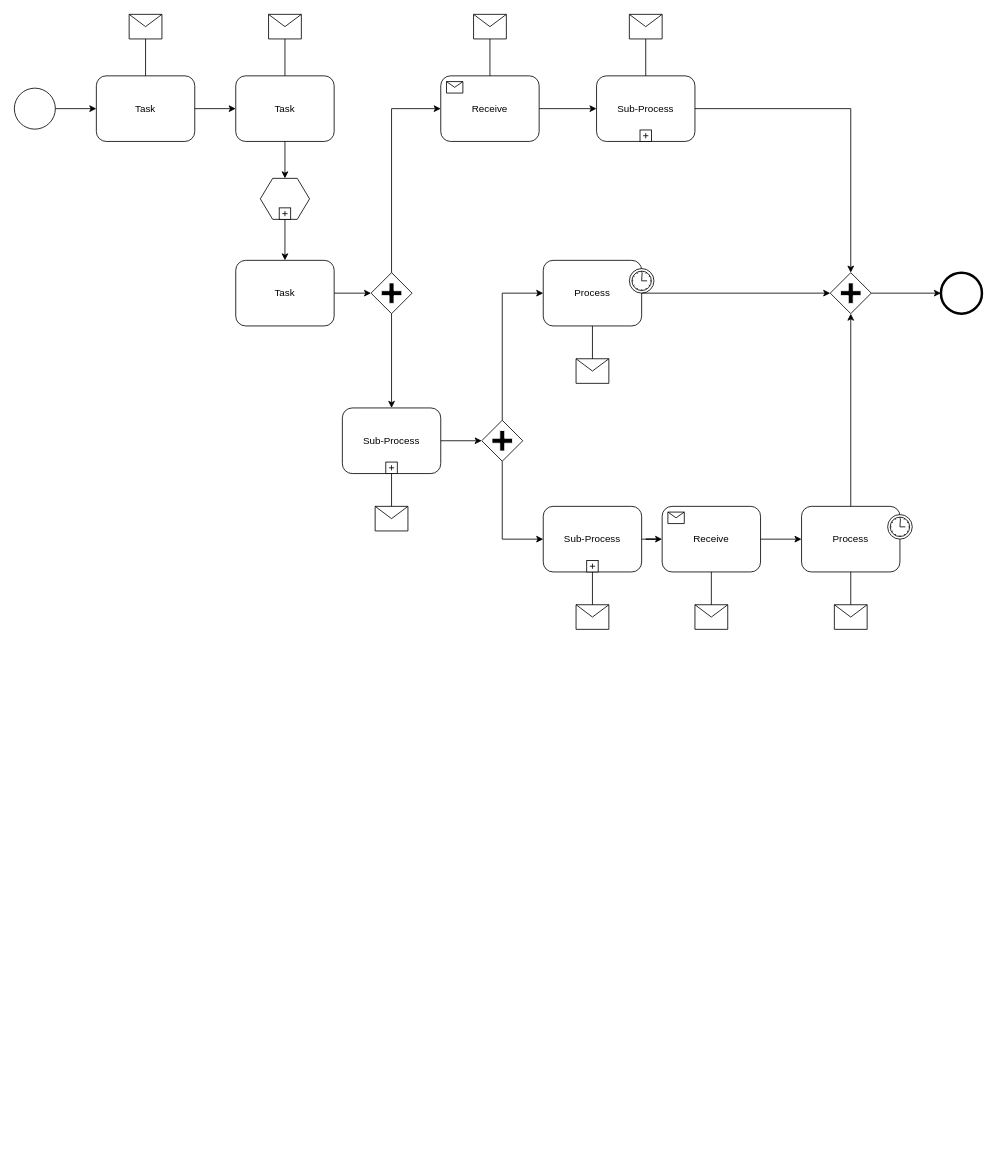
alifandartaa/BPMN-MCC72 keeps this draw.io diagram as Untitled Diagram.drawio. Above is the earlier version. Source tidied: cells renumbered, new cells numbered last; positions are measured from the earlier drawing's top-left corner, leaving out a move shared by most shapes. Both pictures are drawn from the tidied source at 82%, with x=0, y=0 at pixel (14, 14).
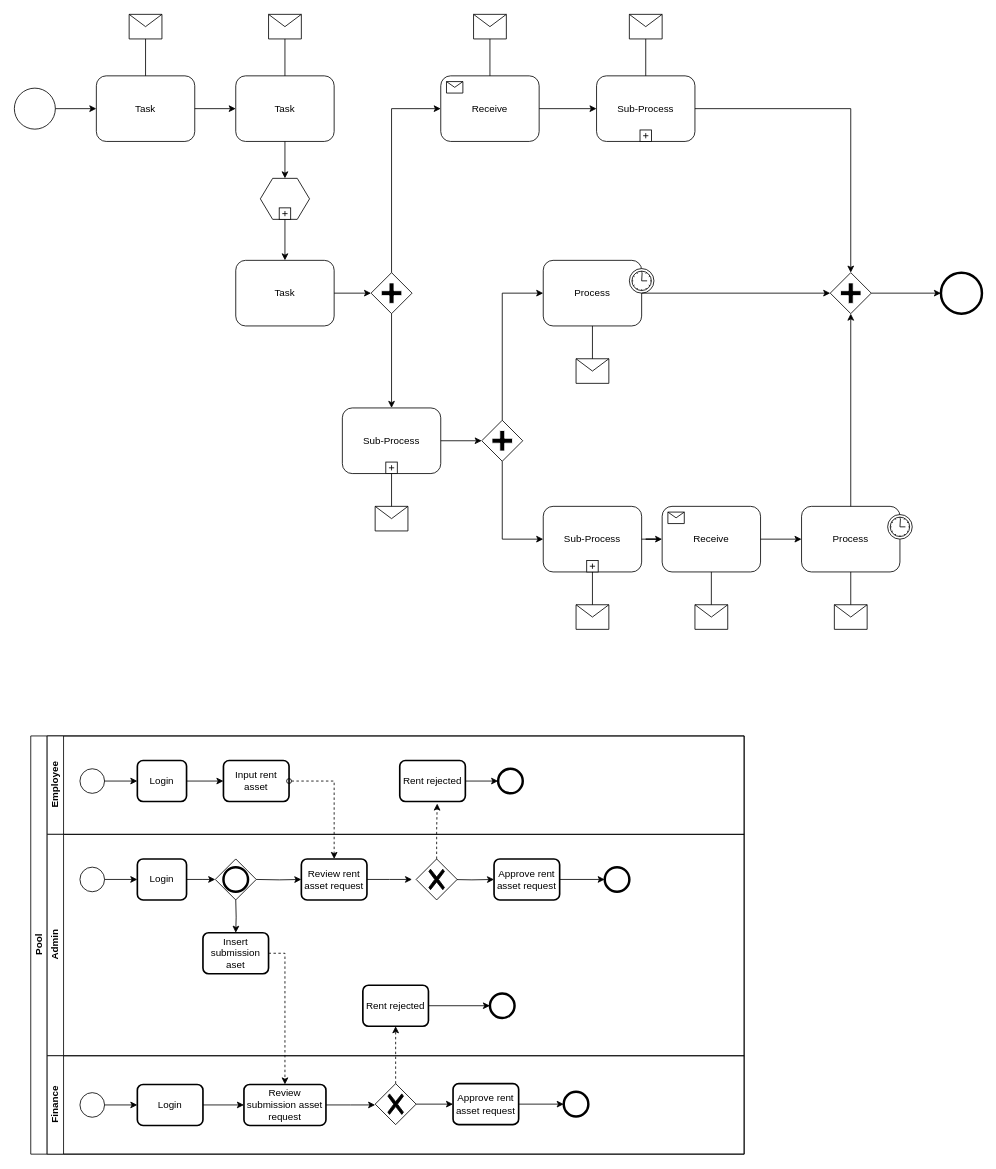
The same page after the edit.

What changed in the source:
```diff
@@
+    <mxCell id="61" value="Pool" style="swimlane;horizontal=0;startSize=20;html=1;" parent="1" vertex="1">
+      <mxGeometry x="20" y="880" width="870" height="510" as="geometry" />
+    </mxCell>
+    <mxCell id="62" value="Employee" style="swimlane;startSize=20;horizontal=0;html=1;" parent="61" vertex="1">
+      <mxGeometry x="20" width="850" height="120" as="geometry" />
+    </mxCell>
+    <mxCell id="63" style="ellipse;whiteSpace=wrap;html=1;" parent="62" vertex="1">
+      <mxGeometry x="40" y="40" width="30" height="30" as="geometry" />
+    </mxCell>
+    <mxCell id="64" style="edgeStyle=orthogonalEdgeStyle;rounded=0;jettySize=auto;html=1;entryX=0;entryY=0.5;entryDx=0;entryDy=0;" parent="62" edge="1" source="65" target="67">
+      <mxGeometry relative="1" as="geometry" />
+    </mxCell>
+    <mxCell id="65" value="Login" style="rounded=1;whiteSpace=wrap;html=1;absoluteArcSize=1;arcSize=14;strokeWidth=2;" parent="62" vertex="1">
+      <mxGeometry x="110" y="30" width="60" height="50" as="geometry" />
+    </mxCell>
+    <mxCell id="66" style="edgeStyle=orthogonalEdgeStyle;rounded=0;jettySize=auto;html=1;entryX=0;entryY=0.5;entryDx=0;entryDy=0;" parent="62" edge="1" source="63" target="65">
+      <mxGeometry relative="1" as="geometry" />
+    </mxCell>
+    <mxCell id="67" value="Input rent asset" style="rounded=1;whiteSpace=wrap;html=1;absoluteArcSize=1;arcSize=14;strokeWidth=2;" parent="62" vertex="1">
+      <mxGeometry x="215" y="30" width="80" height="50" as="geometry" />
+    </mxCell>
+    <mxCell id="68" style="edgeStyle=orthogonalEdgeStyle;rounded=0;jettySize=auto;html=1;entryX=0;entryY=0.5;entryDx=0;entryDy=0;startArrow=none;startFill=0;" parent="62" edge="1" source="69" target="70">
+      <mxGeometry relative="1" as="geometry" />
+    </mxCell>
+    <mxCell id="69" value="Rent rejected" style="rounded=1;whiteSpace=wrap;html=1;absoluteArcSize=1;arcSize=14;strokeWidth=2;" parent="62" vertex="1">
+      <mxGeometry x="430" y="30" width="80" height="50" as="geometry" />
+    </mxCell>
+    <mxCell id="70" style="ellipse;whiteSpace=wrap;html=1;strokeWidth=3;" parent="62" vertex="1">
+      <mxGeometry x="550" y="40" width="30" height="30" as="geometry" />
+    </mxCell>
+    <mxCell id="71" value="Admin" style="swimlane;startSize=20;horizontal=0;html=1;" parent="61" vertex="1">
+      <mxGeometry x="20" y="120" width="850" height="270" as="geometry" />
+    </mxCell>
+    <mxCell id="72" style="ellipse;whiteSpace=wrap;html=1;" parent="71" vertex="1">
+      <mxGeometry x="40" y="40" width="30" height="30" as="geometry" />
+    </mxCell>
+    <mxCell id="73" style="edgeStyle=orthogonalEdgeStyle;rounded=0;jettySize=auto;html=1;entryX=0;entryY=0.5;entryDx=0;entryDy=0;entryPerimeter=0;startArrow=none;startFill=0;" parent="71" edge="1" source="74">
+      <mxGeometry relative="1" as="geometry">
+        <mxPoint x="205" y="55" as="targetPoint" />
+      </mxGeometry>
+    </mxCell>
+    <mxCell id="74" value="Login" style="rounded=1;whiteSpace=wrap;html=1;absoluteArcSize=1;arcSize=14;strokeWidth=2;" parent="71" vertex="1">
+      <mxGeometry x="110" y="30" width="60" height="50" as="geometry" />
+    </mxCell>
+    <mxCell id="75" style="edgeStyle=orthogonalEdgeStyle;rounded=0;jettySize=auto;html=1;entryX=0;entryY=0.5;entryDx=0;entryDy=0;" parent="71" edge="1" source="72" target="74">
+      <mxGeometry relative="1" as="geometry" />
+    </mxCell>
+    <mxCell id="76" style="edgeStyle=orthogonalEdgeStyle;rounded=0;jettySize=auto;html=1;entryX=0;entryY=0.5;entryDx=0;entryDy=0;startArrow=none;startFill=0;" parent="71" edge="1" source="77">
+      <mxGeometry relative="1" as="geometry">
+        <mxPoint x="445" y="55" as="targetPoint" />
+      </mxGeometry>
+    </mxCell>
+    <mxCell id="77" value="Review rent asset request" style="rounded=1;whiteSpace=wrap;html=1;absoluteArcSize=1;arcSize=14;strokeWidth=2;" parent="71" vertex="1">
+      <mxGeometry x="310" y="30" width="80" height="50" as="geometry" />
+    </mxCell>
+    <mxCell id="78" style="edgeStyle=orthogonalEdgeStyle;rounded=0;jettySize=auto;html=1;entryX=0;entryY=0.5;entryDx=0;entryDy=0;startArrow=none;startFill=0;" parent="71" edge="1" target="80">
+      <mxGeometry relative="1" as="geometry">
+        <mxPoint x="490" y="55" as="sourcePoint" />
+      </mxGeometry>
+    </mxCell>
+    <mxCell id="79" style="edgeStyle=orthogonalEdgeStyle;rounded=0;jettySize=auto;html=1;entryX=0;entryY=0.5;entryDx=0;entryDy=0;startArrow=none;startFill=0;" parent="71" edge="1" source="80" target="86">
+      <mxGeometry relative="1" as="geometry" />
+    </mxCell>
+    <mxCell id="80" value="Approve rent asset request" style="rounded=1;whiteSpace=wrap;html=1;absoluteArcSize=1;arcSize=14;strokeWidth=2;" parent="71" vertex="1">
+      <mxGeometry x="545" y="30" width="80" height="50" as="geometry" />
+    </mxCell>
+    <mxCell id="81" value="Insert submission aset" style="rounded=1;whiteSpace=wrap;html=1;absoluteArcSize=1;arcSize=14;strokeWidth=2;" parent="71" vertex="1">
+      <mxGeometry x="190" y="120" width="80" height="50" as="geometry" />
+    </mxCell>
+    <mxCell id="82" style="edgeStyle=orthogonalEdgeStyle;rounded=0;jettySize=auto;html=1;entryX=0;entryY=0.5;entryDx=0;entryDy=0;startArrow=none;startFill=0;" parent="71" edge="1" target="77">
+      <mxGeometry relative="1" as="geometry">
+        <mxPoint x="255" y="55" as="sourcePoint" />
+      </mxGeometry>
+    </mxCell>
+    <mxCell id="83" style="edgeStyle=orthogonalEdgeStyle;rounded=0;jettySize=auto;html=1;entryX=0.5;entryY=0;entryDx=0;entryDy=0;startArrow=none;startFill=0;" parent="71" edge="1" target="81">
+      <mxGeometry relative="1" as="geometry">
+        <mxPoint x="230" y="80" as="sourcePoint" />
+      </mxGeometry>
+    </mxCell>
+    <mxCell id="84" style="points=[[0.25,0.25,0],[0.5,0,0],[0.75,0.25,0],[1,0.5,0],[0.75,0.75,0],[0.5,1,0],[0.25,0.75,0],[0,0.5,0]];shape=mxgraph.bpmn.gateway2;html=1;verticalLabelPosition=bottom;labelBackgroundColor=#ffffff;verticalAlign=top;align=center;perimeter=rhombusPerimeter;outlineConnect=0;outline=none;symbol=none;gwType=exclusive;" parent="71" vertex="1">
+      <mxGeometry x="450" y="30" width="50" height="50" as="geometry" />
+    </mxCell>
+    <mxCell id="85" style="shape=mxgraph.bpmn.gateway2;html=1;verticalLabelPosition=bottom;labelBackgroundColor=#ffffff;verticalAlign=top;align=center;perimeter=rhombusPerimeter;outline=end;symbol=general;" parent="71" vertex="1">
+      <mxGeometry x="205" y="30" width="50" height="50" as="geometry" />
+    </mxCell>
+    <mxCell id="86" style="ellipse;whiteSpace=wrap;html=1;strokeWidth=3;" parent="71" vertex="1">
+      <mxGeometry x="680" y="40" width="30" height="30" as="geometry" />
+    </mxCell>
+    <mxCell id="87" value="Rent rejected" style="rounded=1;whiteSpace=wrap;html=1;absoluteArcSize=1;arcSize=14;strokeWidth=2;" parent="71" vertex="1">
+      <mxGeometry x="385" y="184" width="80" height="50" as="geometry" />
+    </mxCell>
+    <mxCell id="88" style="ellipse;whiteSpace=wrap;html=1;strokeWidth=3;" parent="71" vertex="1">
+      <mxGeometry x="540" y="194" width="30" height="30" as="geometry" />
+    </mxCell>
+    <mxCell id="89" style="edgeStyle=orthogonalEdgeStyle;rounded=0;jettySize=auto;html=1;entryX=0;entryY=0.5;entryDx=0;entryDy=0;startArrow=none;startFill=0;exitX=1;exitY=0.5;exitDx=0;exitDy=0;" parent="71" edge="1" source="87" target="88">
+      <mxGeometry relative="1" as="geometry" />
+    </mxCell>
+    <mxCell id="90" style="edgeStyle=orthogonalEdgeStyle;rounded=0;jettySize=auto;html=1;entryX=0;entryY=0.5;entryDx=0;entryDy=0;startArrow=none;startFill=0;" parent="71" edge="1" source="91" target="94">
+      <mxGeometry relative="1" as="geometry" />
+    </mxCell>
+    <mxCell id="91" value="Approve rent asset request" style="rounded=1;whiteSpace=wrap;html=1;absoluteArcSize=1;arcSize=14;strokeWidth=2;" parent="71" vertex="1">
+      <mxGeometry x="495" y="304" width="80" height="50" as="geometry" />
+    </mxCell>
+    <mxCell id="92" style="edgeStyle=orthogonalEdgeStyle;rounded=0;jettySize=auto;html=1;entryX=0;entryY=0.5;entryDx=0;entryDy=0;startArrow=none;startFill=0;" parent="71" edge="1" source="93" target="91">
+      <mxGeometry relative="1" as="geometry" />
+    </mxCell>
+    <mxCell id="93" style="points=[[0.25,0.25,0],[0.5,0,0],[0.75,0.25,0],[1,0.5,0],[0.75,0.75,0],[0.5,1,0],[0.25,0.75,0],[0,0.5,0]];shape=mxgraph.bpmn.gateway2;html=1;verticalLabelPosition=bottom;labelBackgroundColor=#ffffff;verticalAlign=top;align=center;perimeter=rhombusPerimeter;outlineConnect=0;outline=none;symbol=none;gwType=exclusive;" parent="71" vertex="1">
+      <mxGeometry x="400" y="304" width="50" height="50" as="geometry" />
+    </mxCell>
+    <mxCell id="94" style="ellipse;whiteSpace=wrap;html=1;strokeWidth=3;" parent="71" vertex="1">
+      <mxGeometry x="630" y="314" width="30" height="30" as="geometry" />
+    </mxCell>
+    <mxCell id="95" style="edgeStyle=orthogonalEdgeStyle;rounded=0;jettySize=auto;html=1;entryX=0.5;entryY=1;entryDx=0;entryDy=0;startArrow=none;startFill=0;dashed=1;" parent="71" edge="1" source="93" target="87">
+      <mxGeometry relative="1" as="geometry" />
+    </mxCell>
+    <mxCell id="96" value="Finance" style="swimlane;startSize=20;horizontal=0;html=1;" parent="61" vertex="1">
+      <mxGeometry x="20" y="390" width="850" height="120" as="geometry" />
+    </mxCell>
+    <mxCell id="97" style="edgeStyle=orthogonalEdgeStyle;rounded=0;jettySize=auto;html=1;entryX=0;entryY=0.5;entryDx=0;entryDy=0;" parent="96" edge="1" source="98" target="100">
+      <mxGeometry relative="1" as="geometry" />
+    </mxCell>
+    <mxCell id="98" style="ellipse;whiteSpace=wrap;html=1;" parent="96" vertex="1">
+      <mxGeometry x="40" y="45" width="30" height="30" as="geometry" />
+    </mxCell>
+    <mxCell id="99" style="edgeStyle=orthogonalEdgeStyle;rounded=0;jettySize=auto;html=1;entryX=0;entryY=0.5;entryDx=0;entryDy=0;startArrow=none;startFill=0;" parent="96" edge="1" source="100" target="101">
+      <mxGeometry relative="1" as="geometry" />
+    </mxCell>
+    <mxCell id="100" value="Login" style="rounded=1;whiteSpace=wrap;html=1;absoluteArcSize=1;arcSize=14;strokeWidth=2;" parent="96" vertex="1">
+      <mxGeometry x="110" y="35" width="80" height="50" as="geometry" />
+    </mxCell>
+    <mxCell id="101" value="Review submission&amp;nbsp;asset request" style="rounded=1;whiteSpace=wrap;html=1;absoluteArcSize=1;arcSize=14;strokeWidth=2;" parent="96" vertex="1">
+      <mxGeometry x="240" y="35" width="100" height="50" as="geometry" />
+    </mxCell>
+    <mxCell id="102" style="edgeStyle=orthogonalEdgeStyle;rounded=0;jettySize=auto;html=1;entryX=0.5;entryY=0;entryDx=0;entryDy=0;dashed=1;startArrow=oval;startFill=0;" parent="61" edge="1" source="67" target="77">
+      <mxGeometry relative="1" as="geometry" />
+    </mxCell>
+    <mxCell id="103" style="edgeStyle=orthogonalEdgeStyle;rounded=0;jettySize=auto;html=1;entryX=0.571;entryY=1.049;entryDx=0;entryDy=0;entryPerimeter=0;startArrow=none;startFill=0;dashed=1;" parent="61" edge="1" source="84" target="69">
+      <mxGeometry relative="1" as="geometry" />
+    </mxCell>
+    <mxCell id="104" style="edgeStyle=orthogonalEdgeStyle;rounded=0;jettySize=auto;html=1;entryX=0.5;entryY=0;entryDx=0;entryDy=0;startArrow=none;startFill=0;dashed=1;" parent="61" edge="1" source="81" target="101">
+      <mxGeometry relative="1" as="geometry">
+        <Array as="points">
+          <mxPoint x="310" y="265" />
+        </Array>
+      </mxGeometry>
+    </mxCell>
+    <mxCell id="105" style="edgeStyle=orthogonalEdgeStyle;rounded=0;jettySize=auto;html=1;startArrow=none;startFill=0;" parent="1" edge="1" source="101">
+      <mxGeometry relative="1" as="geometry">
+        <mxPoint x="440" y="1330" as="targetPoint" />
+      </mxGeometry>
+    </mxCell>
```
